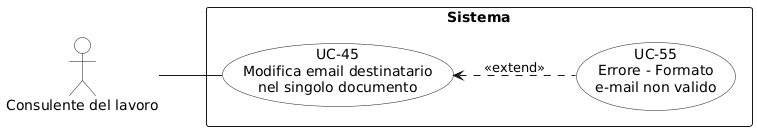
The PlantUML diagram RTB/Analisi dei Requisiti/diagrammi_use_case/UC-45.png in aLittleByte-19/Documentazione, before a commit. Source of this version:
```plantuml
@startuml
left to right direction
skinparam packageStyle rectangle
skinparam usecaseBackgroundColor White
skinparam actorBackgroundColor White

actor "Consulente del lavoro" as consulente

rectangle "Sistema" {
  usecase "UC-45\nModifica email destinatario\nnel singolo documento" as uc45
  usecase "UC-55\nErrore - Formato\ne-mail non valido" as uc55
}

consulente -- uc45
uc45 <.. uc55 : <<extend>>
@enduml
```
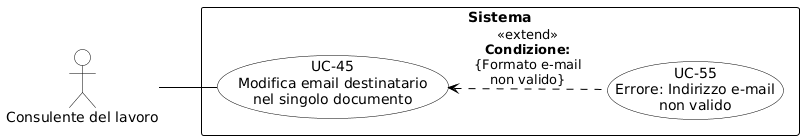
After the commit.

What changed in the source:
```diff
@@ -1,16 +1,32 @@
 @startuml
+skinparam shadowing false
+skinparam defaultFontName Arial
 left to right direction
-skinparam packageStyle rectangle
-skinparam usecaseBackgroundColor White
-skinparam actorBackgroundColor White
+skinparam nodesep 15
+skinparam ranksep 50
 
-actor "Consulente del lavoro" as consulente
+skinparam usecase {
+    BackgroundColor white
+    BorderColor black
+    ArrowColor black
+}
+skinparam actor {
+    BackgroundColor white
+    BorderColor black
+}
+skinparam rectangle {
+    BorderColor black
+    FontStyle bold
+}
+
+actor "Consulente del lavoro" as CL
 
 rectangle "Sistema" {
-  usecase "UC-45\nModifica email destinatario\nnel singolo documento" as uc45
-  usecase "UC-55\nErrore - Formato\ne-mail non valido" as uc55
+    usecase "UC-45\nModifica email destinatario\nnel singolo documento" as UC45
+    usecase "UC-55\nErrore: Indirizzo e-mail\nnon valido" as UC55
+
+    UC45 <.. UC55 : <<extend>>\n**Condizione:**\n{Formato e-mail\nnon valido}
 }
 
-consulente -- uc45
-uc45 <.. uc55 : <<extend>>
+CL -- UC45
 @enduml
```
